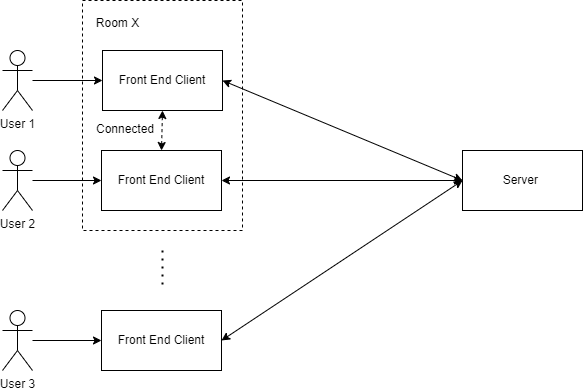
This is Observer.drawio.png from shaniceng/DrawIODiagrams, a draw.io export, as it was before one commit. Source tidied: cells renumbered, new cells last; positions are measured from the earlier drawing's top-left corner, leaving out a move shared by most shapes. Its diagram source:
```xml
<mxGraphModel>
  <root>
    <mxCell id="0" />
    <mxCell id="1" parent="0" />
    <mxCell id="2" style="rounded=0;whiteSpace=wrap;html=1;fillColor=none;dashed=1;" parent="1" vertex="1">
      <mxGeometry x="80" width="160" height="230" as="geometry" />
    </mxCell>
    <mxCell id="3" value="Front End Client" style="rounded=0;whiteSpace=wrap;html=1;" parent="1" vertex="1">
      <mxGeometry x="100" y="50" width="120" height="60" as="geometry" />
    </mxCell>
    <mxCell id="4" value="Front End Client" style="rounded=0;whiteSpace=wrap;html=1;" parent="1" vertex="1">
      <mxGeometry x="99" y="150" width="120" height="60" as="geometry" />
    </mxCell>
    <mxCell id="5" style="endArrow=none;dashed=1;html=1;dashPattern=1 3;strokeWidth=2;rounded=0;" parent="1" edge="1">
      <mxGeometry relative="1" as="geometry">
        <mxPoint x="160" y="250" as="sourcePoint" />
        <mxPoint x="160" y="290" as="targetPoint" />
      </mxGeometry>
    </mxCell>
    <mxCell id="6" value="Front End Client" style="rounded=0;whiteSpace=wrap;html=1;" parent="1" vertex="1">
      <mxGeometry x="99" y="310" width="120" height="60" as="geometry" />
    </mxCell>
    <mxCell id="7" value="Server&amp;nbsp;" style="rounded=0;whiteSpace=wrap;html=1;" parent="1" vertex="1">
      <mxGeometry x="460" y="150" width="120" height="60" as="geometry" />
    </mxCell>
    <mxCell id="8" style="endArrow=classic;startArrow=classic;html=1;rounded=0;exitX=1;exitY=0.5;exitDx=0;exitDy=0;entryX=0;entryY=0.5;entryDx=0;entryDy=0;" parent="1" edge="1" source="3" target="7">
      <mxGeometry relative="1" as="geometry" />
    </mxCell>
    <mxCell id="9" style="endArrow=classic;startArrow=classic;html=1;rounded=0;exitX=1;exitY=0.5;exitDx=0;exitDy=0;entryX=0;entryY=0.5;entryDx=0;entryDy=0;" parent="1" edge="1" source="4" target="7">
      <mxGeometry relative="1" as="geometry" />
    </mxCell>
    <mxCell id="10" style="endArrow=classic;startArrow=classic;html=1;rounded=0;exitX=1;exitY=0.5;exitDx=0;exitDy=0;entryX=0;entryY=0.5;entryDx=0;entryDy=0;" parent="1" edge="1" source="6" target="7">
      <mxGeometry relative="1" as="geometry" />
    </mxCell>
    <mxCell id="11" value="Room X" style="text;html=1;align=center;verticalAlign=middle;strokeColor=none;fillColor=none;" parent="1" vertex="1">
      <mxGeometry x="80" y="8" width="70" height="30" as="geometry" />
    </mxCell>
    <mxCell id="12" style="edgeStyle=orthogonalEdgeStyle;rounded=0;jettySize=auto;html=1;entryX=0;entryY=0.5;entryDx=0;entryDy=0;" parent="1" edge="1" source="13" target="3">
      <mxGeometry relative="1" as="geometry" />
    </mxCell>
    <mxCell id="13" value="User 1" style="shape=umlActor;verticalLabelPosition=bottom;verticalAlign=top;html=1;outlineConnect=0;" parent="1" vertex="1">
      <mxGeometry y="50" width="30" height="60" as="geometry" />
    </mxCell>
    <mxCell id="14" style="edgeStyle=orthogonalEdgeStyle;rounded=0;jettySize=auto;html=1;entryX=0;entryY=0.5;entryDx=0;entryDy=0;" parent="1" edge="1" source="15" target="4">
      <mxGeometry relative="1" as="geometry" />
    </mxCell>
    <mxCell id="15" value="User 2" style="shape=umlActor;verticalLabelPosition=bottom;verticalAlign=top;html=1;outlineConnect=0;" parent="1" vertex="1">
      <mxGeometry y="150" width="30" height="60" as="geometry" />
    </mxCell>
    <mxCell id="16" style="edgeStyle=orthogonalEdgeStyle;rounded=0;jettySize=auto;html=1;" parent="1" edge="1" source="17" target="6">
      <mxGeometry relative="1" as="geometry" />
    </mxCell>
    <mxCell id="17" value="User 3" style="shape=umlActor;verticalLabelPosition=bottom;verticalAlign=top;html=1;outlineConnect=0;" parent="1" vertex="1">
      <mxGeometry y="310" width="30" height="60" as="geometry" />
    </mxCell>
    <mxCell id="18" style="endArrow=classic;dashed=1;html=1;rounded=0;startArrow=classic;startFill=1;endFill=1;entryX=0.5;entryY=1;entryDx=0;entryDy=0;exitX=0.5;exitY=0;exitDx=0;exitDy=0;" parent="1" edge="1" source="4" target="3">
      <mxGeometry relative="1" as="geometry" />
    </mxCell>
    <mxCell id="19" value="Connected" style="text;html=1;strokeColor=none;fillColor=none;align=center;verticalAlign=middle;whiteSpace=wrap;rounded=0;" parent="1" vertex="1">
      <mxGeometry x="93" y="114" width="60" height="30" as="geometry" />
    </mxCell>
  </root>
</mxGraphModel>
```
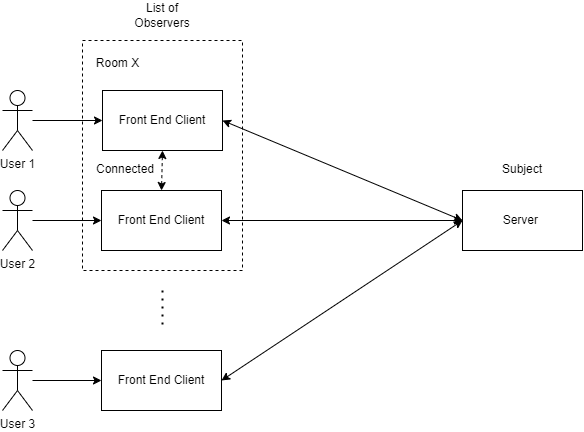
The same file after the commit.

What changed in the source:
```diff
@@ -59,5 +59,11 @@
     <mxCell id="19" value="Connected" style="text;html=1;strokeColor=none;fillColor=none;align=center;verticalAlign=middle;whiteSpace=wrap;rounded=0;" parent="1" vertex="1">
       <mxGeometry x="93" y="114" width="60" height="30" as="geometry" />
     </mxCell>
+    <mxCell id="20" value="List of Observers" style="text;html=1;strokeColor=none;fillColor=none;align=center;verticalAlign=middle;whiteSpace=wrap;rounded=0;" parent="1" vertex="1">
+      <mxGeometry x="130" y="-40" width="60" height="30" as="geometry" />
+    </mxCell>
+    <mxCell id="21" value="Subject" style="text;html=1;strokeColor=none;fillColor=none;align=center;verticalAlign=middle;whiteSpace=wrap;rounded=0;" parent="1" vertex="1">
+      <mxGeometry x="490" y="114" width="60" height="30" as="geometry" />
+    </mxCell>
   </root>
 </mxGraphModel>
```
